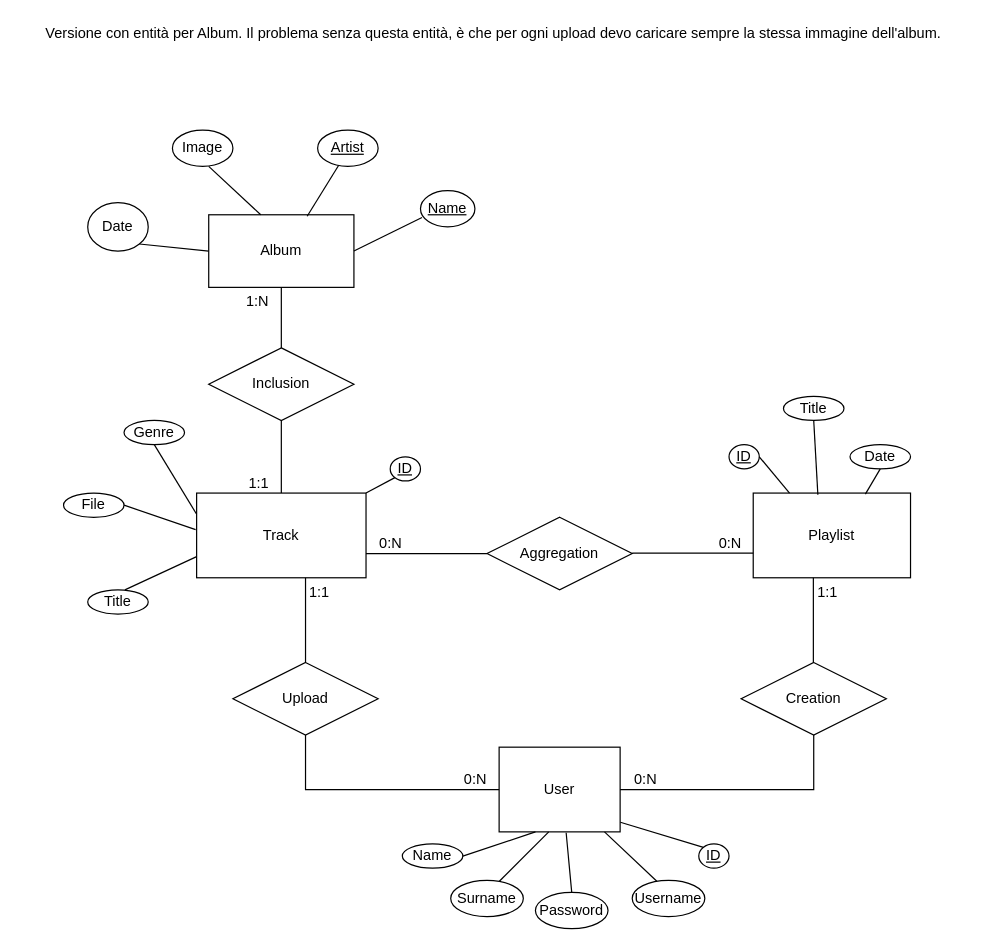
Earlier version of the draw.io diagram deliverables/ER with Album.drawio (alex-atanassov/TIW2021-Atanassov-Bruno). Source tidied: cells renumbered, new cells numbered last; positions are measured from the earlier drawing's top-left corner, leaving out a move shared by most shapes. Both pictures are drawn from the tidied source at 121%, with x=0, y=0 at pixel (21, 21).
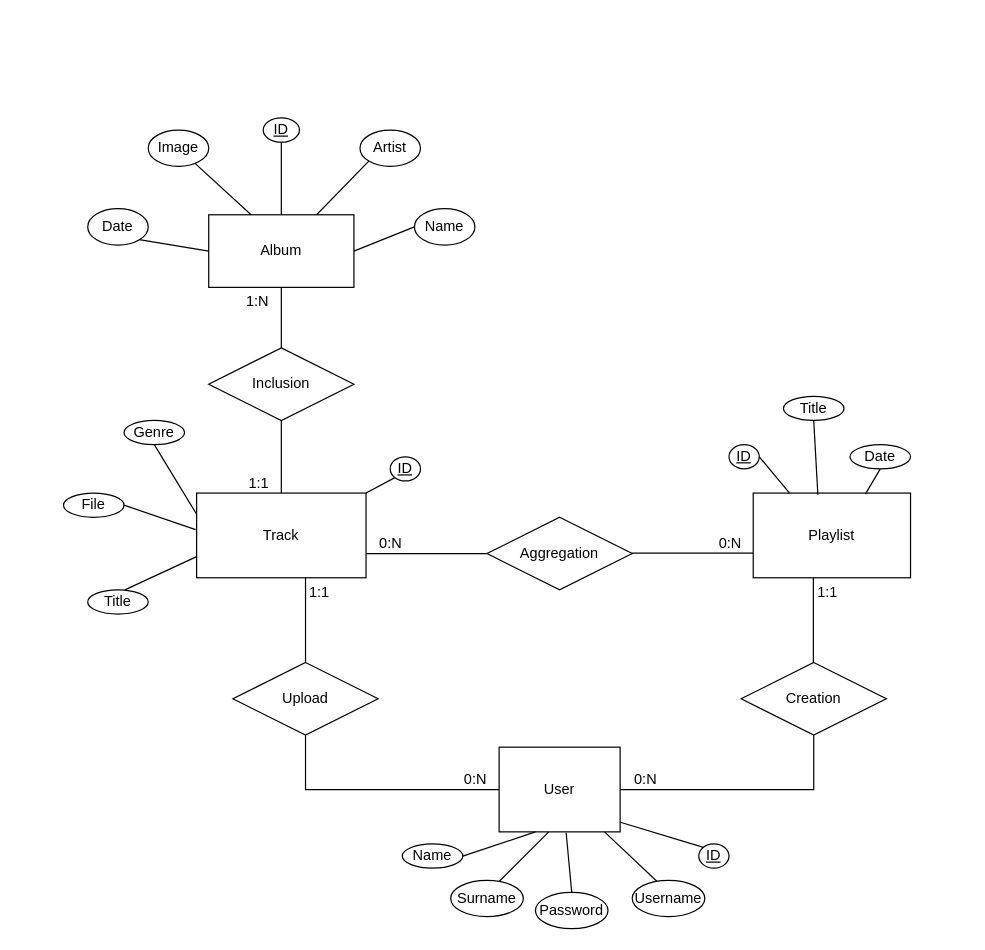
The same page after the edit.

Unchanged cells that the change refers to:
```xml
<mxCell id="47" value="&lt;div&gt;Album&lt;/div&gt;" style="rounded=0;whiteSpace=wrap;html=1;" parent="1" vertex="1">
  <mxGeometry x="155" y="160" width="120" height="60" as="geometry" />
</mxCell>
```

What changed in the source:
```diff
@@
     <mxCell id="21" value="Image" style="ellipse;whiteSpace=wrap;html=1;align=center;" parent="1" vertex="1">
-      <mxGeometry x="125" y="90" width="50" height="30" as="geometry" />
+      <mxGeometry x="105" y="90" width="50" height="30" as="geometry" />
     </mxCell>
     <mxCell id="22" value="Date" style="ellipse;whiteSpace=wrap;html=1;align=center;" parent="1" vertex="1">
-      <mxGeometry x="55" y="150" width="50" height="40" as="geometry" />
+      <mxGeometry x="55" y="155" width="50" height="30" as="geometry" />
     </mxCell>
@@
-    <mxCell id="49" style="endArrow=none;html=1;entryX=1;entryY=1;entryDx=0;entryDy=0;" parent="1" edge="1">
+    <mxCell id="49" style="endArrow=none;html=1;" parent="1" edge="1" target="21">
       <mxGeometry relative="1" as="geometry">
-        <mxPoint x="198" y="160" as="sourcePoint" />
-        <mxPoint x="155" y="120" as="targetPoint" />
+        <mxPoint x="190" y="160" as="sourcePoint" />
       </mxGeometry>
     </mxCell>
-    <mxCell id="50" style="endArrow=none;html=1;exitX=0.678;exitY=0.021;exitDx=0;exitDy=0;exitPerimeter=0;entryX=0.351;entryY=0.961;entryDx=0;entryDy=0;entryPerimeter=0;" parent="1" edge="1" source="47" target="57">
+    <mxCell id="50" style="endArrow=none;html=1;exitX=0.5;exitY=0;exitDx=0;exitDy=0;entryX=0.5;entryY=1;entryDx=0;entryDy=0;" parent="1" edge="1" source="47" target="57">
       <mxGeometry relative="1" as="geometry" />
     </mxCell>
-    <mxCell id="51" style="endArrow=none;html=1;entryX=0.028;entryY=0.743;entryDx=0;entryDy=0;entryPerimeter=0;exitX=1;exitY=0.5;exitDx=0;exitDy=0;" parent="1" edge="1" source="47" target="58">
+    <mxCell id="51" style="endArrow=none;html=1;entryX=0;entryY=0.5;entryDx=0;entryDy=0;exitX=1;exitY=0.5;exitDx=0;exitDy=0;" parent="1" edge="1" source="47" target="58">
       <mxGeometry relative="1" as="geometry" />
     </mxCell>
@@
-    <mxCell id="56" value="Versione con entità per Album. Il problema senza questa entità, è che per ogni upload devo caricare sempre la stessa immagine dell'album." style="text;html=1;align=center;verticalAlign=middle;strokeColor=none;" parent="1" vertex="1">
-      <mxGeometry width="780" height="20" as="geometry" />
-    </mxCell>
-    <mxCell id="57" value="Artist" style="ellipse;whiteSpace=wrap;html=1;align=center;fontStyle=4;" parent="1" vertex="1">
-      <mxGeometry x="245" y="90" width="50" height="30" as="geometry" />
+    <mxCell id="57" value="ID" style="ellipse;whiteSpace=wrap;html=1;align=center;fontStyle=4;" parent="1" vertex="1">
+      <mxGeometry x="200" y="80" width="30" height="20" as="geometry" />
     </mxCell>
+    <mxCell id="59" value="Artist" style="ellipse;whiteSpace=wrap;html=1;align=center;" parent="1" vertex="1">
+      <mxGeometry x="280" y="90" width="50" height="30" as="geometry" />
+    </mxCell>
-    <mxCell id="58" value="Name" style="ellipse;whiteSpace=wrap;html=1;align=center;fontStyle=4;" parent="1" vertex="1">
-      <mxGeometry x="330" y="140" width="45" height="30" as="geometry" />
+    <mxCell id="58" value="Name" style="ellipse;whiteSpace=wrap;html=1;align=center;" parent="1" vertex="1">
+      <mxGeometry x="325" y="155" width="50" height="30" as="geometry" />
     </mxCell>
+    <mxCell id="60" style="endArrow=none;html=1;entryX=0;entryY=1;entryDx=0;entryDy=0;" parent="1" edge="1" source="47" target="59">
+      <mxGeometry relative="1" as="geometry" />
+    </mxCell>
```
